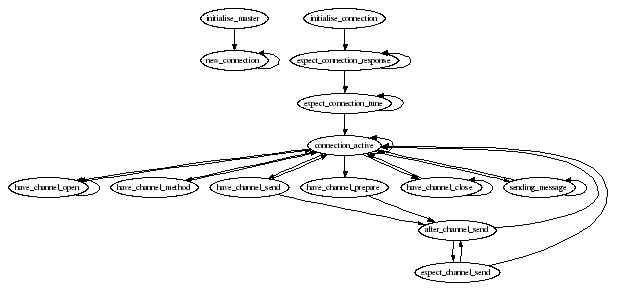
The Graphviz diagram doc/amq_server_agent.png in imatix/openamq, before a commit. Its source is kept beside it as doc/amq_server_agent.dot.
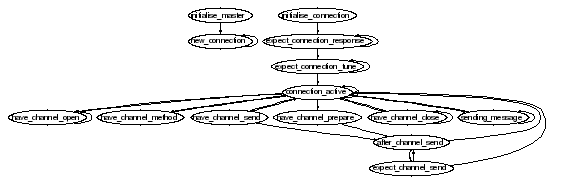
Later version of the same file.

Commit message:
Custom font size

Change to the diagram source:
```diff
@@ -1,5 +1,6 @@
 digraph {
-    size = "6.5,8";
+    size = "5.8,8";
+    node [fontname=Helvetica, fontsize=30];
     subgraph master {
         initialise_master -> new_connection;
         new_connection -> new_connection;
```
